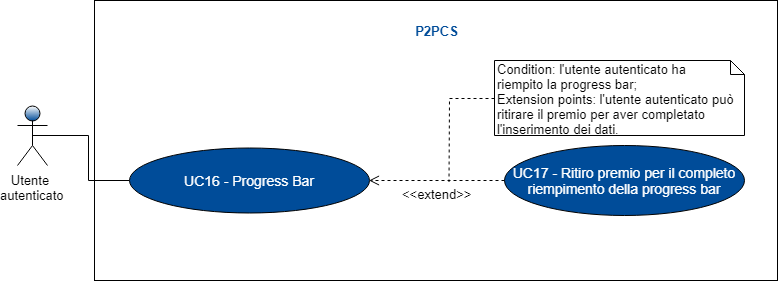
Before: RQ/Esterni/Analisi_dei_requisiti/res/images/Schemagenerale7.png, a diagram exported from draw.io (ZeusCode17/P2PCS). Source tidied: cells renumbered, new cells last; positions are measured from the earlier drawing's top-left corner, leaving out a move shared by most shapes. Its diagram source:
```xml
<mxGraphModel>
  <root>
    <mxCell id="0" />
    <mxCell id="1" parent="0" />
    <mxCell id="2" style="rounded=0;whiteSpace=wrap;html=1;" parent="1" vertex="1">
      <mxGeometry x="77" width="683" height="280" as="geometry" />
    </mxCell>
    <mxCell id="3" style="edgeStyle=orthogonalEdgeStyle;rounded=0;jettySize=auto;html=1;endArrow=none;endFill=0;fontSize=14;fontColor=#FFFFFF;exitX=0.5;exitY=0.5;exitDx=0;exitDy=0;exitPerimeter=0;entryX=0;entryY=0.5;entryDx=0;entryDy=0;" parent="1" edge="1" source="4" target="5">
      <mxGeometry relative="1" as="geometry" />
    </mxCell>
    <mxCell id="4" value="Utente&amp;nbsp;&lt;br&gt;autenticato&lt;br style=&quot;font-size: 13px&quot;&gt;" style="shape=umlActor;verticalLabelPosition=bottom;labelBackgroundColor=#ffffff;verticalAlign=top;html=1;shadow=0;strokeColor=#000000;fillColor=#004C99;gradientColor=#ffffff;fontFamily=Helvetica;fontSize=13;fontColor=#000000;gradientDirection=north;" parent="1" vertex="1">
      <mxGeometry y="105" width="30" height="60" as="geometry" />
    </mxCell>
    <mxCell id="5" value="UC16 - Progress Bar&lt;br&gt;" style="ellipse;whiteSpace=wrap;html=1;fontSize=14;fontColor=#FFFFFF;fillColor=#004C99;" parent="1" vertex="1">
      <mxGeometry x="111.5" y="147.5" width="240" height="65" as="geometry" />
    </mxCell>
    <mxCell id="6" value="UC17 -&amp;nbsp;Ritiro premio per il completo riempimento della progress bar" style="ellipse;whiteSpace=wrap;html=1;fontSize=14;fontColor=#FFFFFF;fillColor=#004C99;" parent="1" vertex="1">
      <mxGeometry x="486.5" y="145" width="240" height="70" as="geometry" />
    </mxCell>
    <mxCell id="7" value="P2PCS" style="text;html=1;strokeColor=none;fillColor=none;align=center;verticalAlign=middle;whiteSpace=wrap;rounded=0;fontSize=13;fontStyle=1;fontColor=#004C99;" parent="1" vertex="1">
      <mxGeometry x="382.5" y="20" width="73" height="20" as="geometry" />
    </mxCell>
    <mxCell id="8" value="&amp;lt;&amp;lt;extend&amp;gt;&amp;gt;" style="html=1;verticalAlign=top;endArrow=open;dashed=1;endSize=8;fontSize=13;fontColor=#000000;labelPosition=center;verticalLabelPosition=bottom;align=center;exitX=0;exitY=0.5;exitDx=0;exitDy=0;" parent="1" edge="1" source="6" target="5">
      <mxGeometry relative="1" as="geometry" />
    </mxCell>
    <mxCell id="9" style="edgeStyle=orthogonalEdgeStyle;rounded=0;jettySize=auto;html=1;exitX=0;exitY=0.5;exitDx=0;exitDy=0;exitPerimeter=0;dashed=1;endArrow=none;endFill=0;" parent="1" edge="1" source="10">
      <mxGeometry relative="1" as="geometry">
        <mxPoint x="431.5" y="181.5" as="targetPoint" />
      </mxGeometry>
    </mxCell>
    <mxCell id="10" value="Condition:&amp;nbsp;l'utente autenticato ha &lt;br&gt;riempito la progress bar;&amp;nbsp;&lt;br&gt;Extension points:&amp;nbsp;l'utente autenticato può ritirare il premio per aver completato l'inserimento dei dati.&lt;br&gt;" style="shape=note;whiteSpace=wrap;html=1;size=14;verticalAlign=top;align=left;spacingTop=-6;fontSize=13;fontColor=#000000;" parent="1" vertex="1">
      <mxGeometry x="477" y="60" width="250" height="75" as="geometry" />
    </mxCell>
  </root>
</mxGraphModel>
```
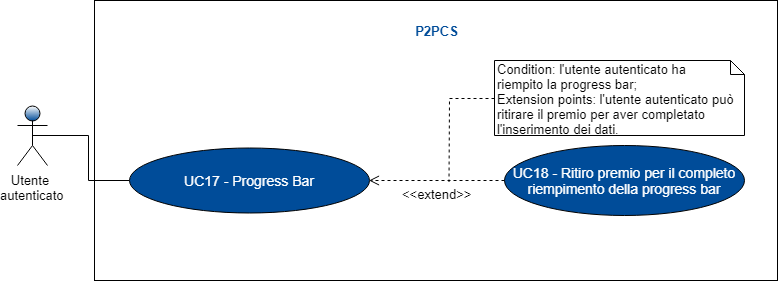
The same file after the commit.

The edit, as a diff of the source:
```diff
@@ -11,10 +11,10 @@
     <mxCell id="4" value="Utente&amp;nbsp;&lt;br&gt;autenticato&lt;br style=&quot;font-size: 13px&quot;&gt;" style="shape=umlActor;verticalLabelPosition=bottom;labelBackgroundColor=#ffffff;verticalAlign=top;html=1;shadow=0;strokeColor=#000000;fillColor=#004C99;gradientColor=#ffffff;fontFamily=Helvetica;fontSize=13;fontColor=#000000;gradientDirection=north;" parent="1" vertex="1">
       <mxGeometry y="105" width="30" height="60" as="geometry" />
     </mxCell>
-    <mxCell id="5" value="UC16 - Progress Bar&lt;br&gt;" style="ellipse;whiteSpace=wrap;html=1;fontSize=14;fontColor=#FFFFFF;fillColor=#004C99;" parent="1" vertex="1">
+    <mxCell id="5" value="UC17 - Progress Bar&lt;br&gt;" style="ellipse;whiteSpace=wrap;html=1;fontSize=14;fontColor=#FFFFFF;fillColor=#004C99;" parent="1" vertex="1">
       <mxGeometry x="111.5" y="147.5" width="240" height="65" as="geometry" />
     </mxCell>
-    <mxCell id="6" value="UC17 -&amp;nbsp;Ritiro premio per il completo riempimento della progress bar" style="ellipse;whiteSpace=wrap;html=1;fontSize=14;fontColor=#FFFFFF;fillColor=#004C99;" parent="1" vertex="1">
+    <mxCell id="6" value="UC18 -&amp;nbsp;Ritiro premio per il completo riempimento della progress bar" style="ellipse;whiteSpace=wrap;html=1;fontSize=14;fontColor=#FFFFFF;fillColor=#004C99;" parent="1" vertex="1">
       <mxGeometry x="486.5" y="145" width="240" height="70" as="geometry" />
     </mxCell>
     <mxCell id="7" value="P2PCS" style="text;html=1;strokeColor=none;fillColor=none;align=center;verticalAlign=middle;whiteSpace=wrap;rounded=0;fontSize=13;fontStyle=1;fontColor=#004C99;" parent="1" vertex="1">
```
